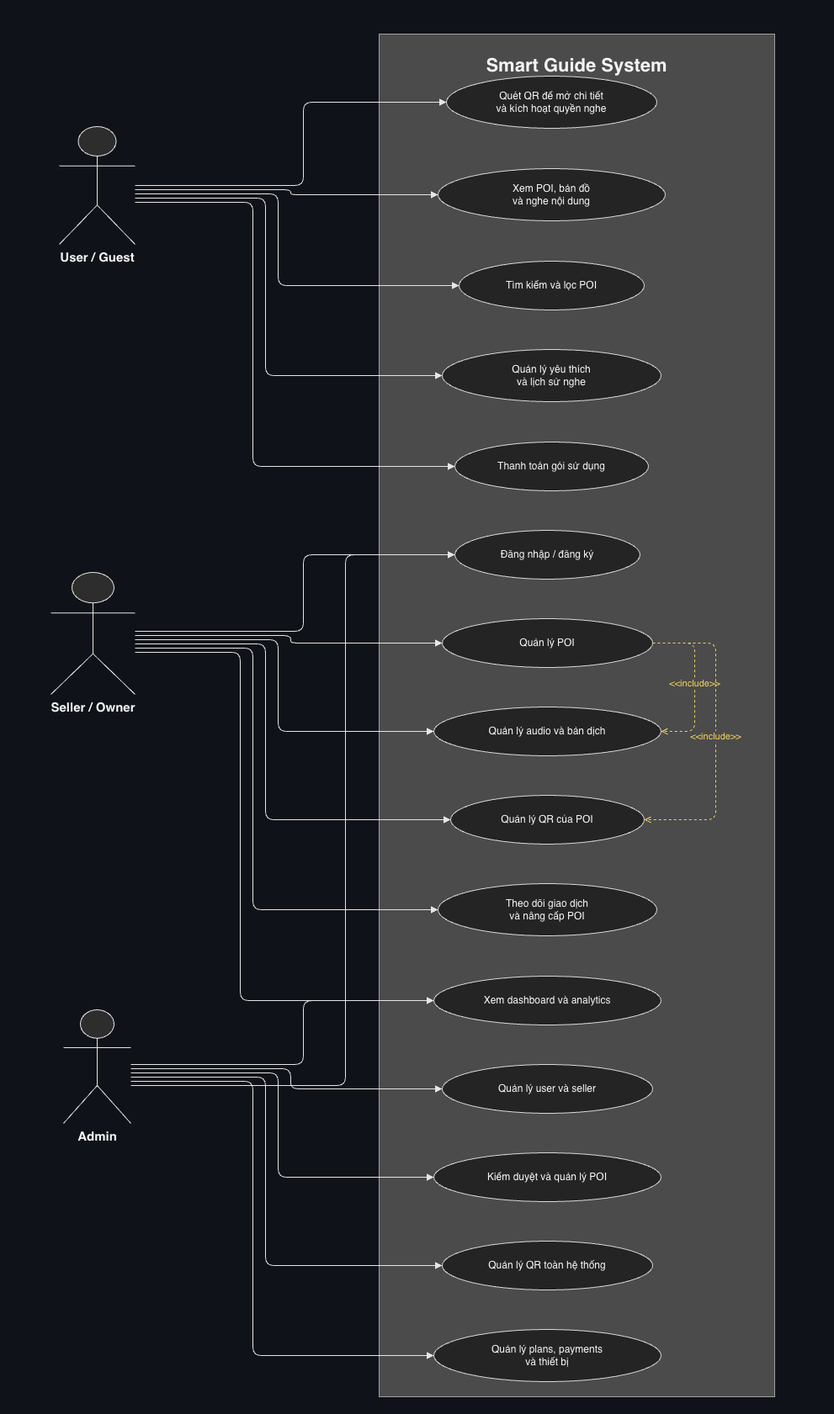
Above: docs/images/usecase-tong-quan-smart-guide.png in thaiquanghieu/smart-guide-system (draw.io), before the change. Source tidied: cells renumbered, new cells last; positions are measured from the earlier drawing's top-left corner, leaving out a move shared by most shapes.
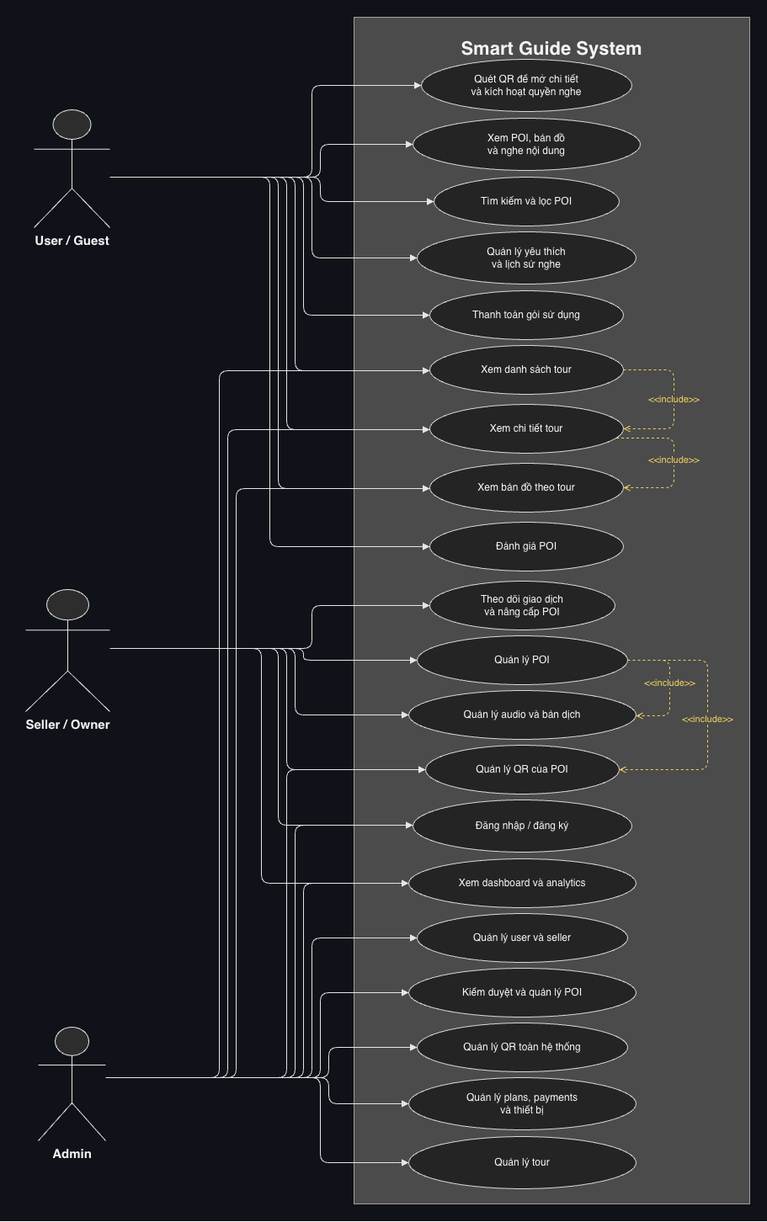
Above is the later version.

The edit, as a diff of the source:
```diff
@@ -5,6 +5,6 @@
     <mxCell id="2" style="rounded=0;whiteSpace=wrap;html=1;fillColor=#0F1218;strokeColor=#0F1218;" parent="1" vertex="1">
-      <mxGeometry width="990" height="1680" as="geometry" />
+      <mxGeometry x="30" y="20" width="910" height="1450" as="geometry" />
     </mxCell>
     <mxCell id="3" value="&lt;font style=&quot;font-size:22px;&quot;&gt;&lt;b&gt;Smart Guide System&lt;/b&gt;&lt;/font&gt;" style="rounded=0;whiteSpace=wrap;html=1;fillColor=#4B4B4B;strokeColor=#A0A0A0;fontColor=#F5F5F5;align=center;verticalAlign=top;spacingTop=18;" parent="1" vertex="1">
-      <mxGeometry x="450" y="40" width="470" height="1620" as="geometry" />
+      <mxGeometry x="450" y="40" width="470" height="1410" as="geometry" />
     </mxCell>
@@ -14,6 +14,6 @@
     <mxCell id="5" value="&lt;font style=&quot;font-size:15px;&quot;&gt;&lt;b&gt;Seller / Owner&lt;/b&gt;&lt;/font&gt;" style="shape=umlActor;verticalLabelPosition=bottom;verticalAlign=top;html=1;outlineConnect=0;fillColor=#2D2D2D;strokeColor=#E6E6E6;fontColor=#F5F5F5;" parent="1" vertex="1">
-      <mxGeometry x="60" y="680" width="100" height="145" as="geometry" />
+      <mxGeometry x="60" y="720" width="100" height="145" as="geometry" />
     </mxCell>
     <mxCell id="6" value="&lt;font style=&quot;font-size:15px;&quot;&gt;&lt;b&gt;Admin&lt;/b&gt;&lt;/font&gt;" style="shape=umlActor;verticalLabelPosition=bottom;verticalAlign=top;html=1;outlineConnect=0;fillColor=#2D2D2D;strokeColor=#E6E6E6;fontColor=#F5F5F5;" parent="1" vertex="1">
-      <mxGeometry x="75" y="1200" width="80" height="135" as="geometry" />
+      <mxGeometry x="75" y="1240" width="80" height="135" as="geometry" />
     </mxCell>
@@ -23,18 +23,18 @@
     <mxCell id="8" value="Xem POI, bản đồ&lt;br&gt;và nghe nội dung" style="ellipse;whiteSpace=wrap;html=1;fillColor=#242424;strokeColor=#D9D9D9;fontColor=#F5F5F5;align=center;verticalAlign=middle;" parent="1" vertex="1">
-      <mxGeometry x="520" y="200" width="270" height="62" as="geometry" />
+      <mxGeometry x="520" y="160" width="270" height="62" as="geometry" />
     </mxCell>
     <mxCell id="9" value="Tìm kiếm và lọc POI" style="ellipse;whiteSpace=wrap;html=1;fillColor=#242424;strokeColor=#D9D9D9;fontColor=#F5F5F5;align=center;verticalAlign=middle;" parent="1" vertex="1">
-      <mxGeometry x="545" y="310" width="220" height="58" as="geometry" />
+      <mxGeometry x="545" y="230" width="220" height="58" as="geometry" />
     </mxCell>
     <mxCell id="10" value="Quản lý yêu thích&lt;br&gt;và lịch sử nghe" style="ellipse;whiteSpace=wrap;html=1;fillColor=#242424;strokeColor=#D9D9D9;fontColor=#F5F5F5;align=center;verticalAlign=middle;" parent="1" vertex="1">
-      <mxGeometry x="525" y="415" width="260" height="62" as="geometry" />
+      <mxGeometry x="525" y="295" width="260" height="62" as="geometry" />
     </mxCell>
     <mxCell id="11" value="Thanh toán gói sử dụng" style="ellipse;whiteSpace=wrap;html=1;fillColor=#242424;strokeColor=#D9D9D9;fontColor=#F5F5F5;align=center;verticalAlign=middle;" parent="1" vertex="1">
-      <mxGeometry x="540" y="525" width="230" height="58" as="geometry" />
+      <mxGeometry x="540" y="365" width="230" height="58" as="geometry" />
     </mxCell>
-    <mxCell id="12" value="Đăng nhập / đăng ký" style="ellipse;whiteSpace=wrap;html=1;fillColor=#242424;strokeColor=#D9D9D9;fontColor=#F5F5F5;align=center;verticalAlign=middle;" parent="1" vertex="1">
-      <mxGeometry x="540" y="630" width="220" height="58" as="geometry" />
+    <mxCell id="12" value="Theo dõi giao dịch&lt;br&gt;và nâng cấp POI" style="ellipse;whiteSpace=wrap;html=1;fillColor=#242424;strokeColor=#D9D9D9;fontColor=#F5F5F5;align=center;verticalAlign=middle;" parent="1" vertex="1">
+      <mxGeometry x="540" y="710" width="220" height="58" as="geometry" />
     </mxCell>
     <mxCell id="13" value="Quản lý POI" style="ellipse;whiteSpace=wrap;html=1;fillColor=#242424;strokeColor=#D9D9D9;fontColor=#F5F5F5;align=center;verticalAlign=middle;" parent="1" vertex="1">
-      <mxGeometry x="525" y="735" width="250" height="58" as="geometry" />
+      <mxGeometry x="525" y="775" width="250" height="58" as="geometry" />
     </mxCell>
@@ -44,21 +44,21 @@
     <mxCell id="15" value="Quản lý QR của POI" style="ellipse;whiteSpace=wrap;html=1;fillColor=#242424;strokeColor=#D9D9D9;fontColor=#F5F5F5;align=center;verticalAlign=middle;" parent="1" vertex="1">
-      <mxGeometry x="535" y="945" width="230" height="58" as="geometry" />
+      <mxGeometry x="535" y="905" width="230" height="58" as="geometry" />
     </mxCell>
-    <mxCell id="16" value="Theo dõi giao dịch&lt;br&gt;và nâng cấp POI" style="ellipse;whiteSpace=wrap;html=1;fillColor=#242424;strokeColor=#D9D9D9;fontColor=#F5F5F5;align=center;verticalAlign=middle;" parent="1" vertex="1">
-      <mxGeometry x="520" y="1050" width="260" height="62" as="geometry" />
+    <mxCell id="16" value="Đăng nhập / đăng ký" style="ellipse;whiteSpace=wrap;html=1;fillColor=#242424;strokeColor=#D9D9D9;fontColor=#F5F5F5;align=center;verticalAlign=middle;" parent="1" vertex="1">
+      <mxGeometry x="520" y="970" width="260" height="62" as="geometry" />
     </mxCell>
     <mxCell id="17" value="Xem dashboard và analytics" style="ellipse;whiteSpace=wrap;html=1;fillColor=#242424;strokeColor=#D9D9D9;fontColor=#F5F5F5;align=center;verticalAlign=middle;" parent="1" vertex="1">
-      <mxGeometry x="515" y="1160" width="270" height="58" as="geometry" />
+      <mxGeometry x="515" y="1040" width="270" height="58" as="geometry" />
     </mxCell>
     <mxCell id="18" value="Quản lý user và seller" style="ellipse;whiteSpace=wrap;html=1;fillColor=#242424;strokeColor=#D9D9D9;fontColor=#F5F5F5;align=center;verticalAlign=middle;" parent="1" vertex="1">
-      <mxGeometry x="525" y="1265" width="250" height="58" as="geometry" />
+      <mxGeometry x="525" y="1105" width="250" height="58" as="geometry" />
     </mxCell>
     <mxCell id="19" value="Kiểm duyệt và quản lý POI" style="ellipse;whiteSpace=wrap;html=1;fillColor=#242424;strokeColor=#D9D9D9;fontColor=#F5F5F5;align=center;verticalAlign=middle;" parent="1" vertex="1">
-      <mxGeometry x="515" y="1370" width="270" height="58" as="geometry" />
+      <mxGeometry x="515" y="1170" width="270" height="58" as="geometry" />
     </mxCell>
     <mxCell id="20" value="Quản lý QR toàn hệ thống" style="ellipse;whiteSpace=wrap;html=1;fillColor=#242424;strokeColor=#D9D9D9;fontColor=#F5F5F5;align=center;verticalAlign=middle;" parent="1" vertex="1">
-      <mxGeometry x="525" y="1475" width="250" height="58" as="geometry" />
+      <mxGeometry x="525" y="1235" width="250" height="58" as="geometry" />
     </mxCell>
     <mxCell id="21" value="Quản lý plans, payments&lt;br&gt;và thiết bị" style="ellipse;whiteSpace=wrap;html=1;fillColor=#242424;strokeColor=#D9D9D9;fontColor=#F5F5F5;align=center;verticalAlign=middle;" parent="1" vertex="1">
-      <mxGeometry x="515" y="1580" width="270" height="62" as="geometry" />
+      <mxGeometry x="515" y="1300" width="270" height="62" as="geometry" />
     </mxCell>
@@ -67,3 +67,4 @@
         <Array as="points">
-          <mxPoint x="360" y="220" />
+          <mxPoint x="400" y="230" />
+          <mxPoint x="400" y="121" />
         </Array>
@@ -74,3 +75,4 @@
         <Array as="points">
-          <mxPoint x="345" y="225" />
+          <mxPoint x="410" y="230" />
+          <mxPoint x="410" y="191" />
         </Array>
@@ -81,3 +83,4 @@
         <Array as="points">
-          <mxPoint x="330" y="230" />
+          <mxPoint x="410" y="230" />
+          <mxPoint x="410" y="259" />
         </Array>
@@ -88,3 +91,4 @@
         <Array as="points">
-          <mxPoint x="315" y="235" />
+          <mxPoint x="400" y="230" />
+          <mxPoint x="400" y="326" />
         </Array>
@@ -95,3 +99,4 @@
         <Array as="points">
-          <mxPoint x="300" y="240" />
+          <mxPoint x="390" y="230" />
+          <mxPoint x="390" y="394" />
         </Array>
@@ -102,3 +107,4 @@
         <Array as="points">
-          <mxPoint x="360" y="750" />
+          <mxPoint x="400" y="790" />
+          <mxPoint x="400" y="739" />
         </Array>
@@ -109,3 +115,4 @@
         <Array as="points">
-          <mxPoint x="345" y="755" />
+          <mxPoint x="390" y="790" />
+          <mxPoint x="390" y="804" />
         </Array>
@@ -116,3 +123,4 @@
         <Array as="points">
-          <mxPoint x="330" y="760" />
+          <mxPoint x="380" y="790" />
+          <mxPoint x="380" y="869" />
         </Array>
@@ -123,3 +131,4 @@
         <Array as="points">
-          <mxPoint x="315" y="765" />
+          <mxPoint x="370" y="790" />
+          <mxPoint x="370" y="934" />
         </Array>
@@ -130,3 +139,4 @@
         <Array as="points">
-          <mxPoint x="300" y="770" />
+          <mxPoint x="360" y="790" />
+          <mxPoint x="360" y="1000" />
         </Array>
@@ -137,3 +147,4 @@
         <Array as="points">
-          <mxPoint x="285" y="775" />
+          <mxPoint x="340" y="790" />
+          <mxPoint x="340" y="1069" />
         </Array>
@@ -144,3 +155,4 @@
         <Array as="points">
-          <mxPoint x="360" y="1265" />
+          <mxPoint x="390" y="1300" />
+          <mxPoint x="390" y="1069" />
         </Array>
@@ -151,3 +163,4 @@
         <Array as="points">
-          <mxPoint x="345" y="1270" />
+          <mxPoint x="400" y="1300" />
+          <mxPoint x="400" y="1134" />
         </Array>
@@ -158,3 +171,4 @@
         <Array as="points">
-          <mxPoint x="330" y="1275" />
+          <mxPoint x="410" y="1300" />
+          <mxPoint x="410" y="1199" />
         </Array>
@@ -165,3 +179,4 @@
         <Array as="points">
-          <mxPoint x="315" y="1280" />
+          <mxPoint x="420" y="1300" />
+          <mxPoint x="420" y="1264" />
         </Array>
@@ -172,3 +187,4 @@
         <Array as="points">
-          <mxPoint x="300" y="1285" />
+          <mxPoint x="420" y="1300" />
+          <mxPoint x="420" y="1331" />
         </Array>
@@ -176,8 +192,7 @@
     </mxCell>
-    <mxCell id="38" style="edgeStyle=orthogonalEdgeStyle;rounded=1;jettySize=auto;html=1;strokeColor=#E6E6E6;endArrow=block;endFill=1;" parent="1" edge="1" source="6" target="12">
+    <mxCell id="38" style="edgeStyle=orthogonalEdgeStyle;rounded=1;jettySize=auto;html=1;strokeColor=#E6E6E6;endArrow=block;endFill=1;" parent="1" edge="1" source="6" target="16">
       <mxGeometry relative="1" as="geometry">
         <Array as="points">
-          <mxPoint x="280" y="1290" />
-          <mxPoint x="410" y="1290" />
-          <mxPoint x="410" y="659" />
+          <mxPoint x="380" y="1300" />
+          <mxPoint x="380" y="1000" />
         </Array>
@@ -188,4 +203,4 @@
         <Array as="points">
-          <mxPoint x="825" y="764" />
-          <mxPoint x="825" y="869" />
+          <mxPoint x="825" y="804" />
+          <mxPoint x="825" y="870" />
         </Array>
@@ -196,4 +211,4 @@
         <Array as="points">
-          <mxPoint x="850" y="764" />
-          <mxPoint x="850" y="974" />
+          <mxPoint x="870" y="804" />
+          <mxPoint x="870" y="934" />
         </Array>
@@ -201,2 +216,107 @@
     </mxCell>
+    <mxCell id="41" value="Xem danh sách tour" style="ellipse;whiteSpace=wrap;html=1;fillColor=#242424;strokeColor=#D9D9D9;fontColor=#F5F5F5;align=center;verticalAlign=middle;" parent="1" vertex="1">
+      <mxGeometry x="540" y="430" width="230" height="58" as="geometry" />
+    </mxCell>
+    <mxCell id="42" style="edgeStyle=orthogonalEdgeStyle;rounded=1;jettySize=auto;html=1;strokeColor=#E6E6E6;endArrow=block;endFill=1;" parent="1" edge="1" source="4" target="41">
+      <mxGeometry relative="1" as="geometry">
+        <Array as="points">
+          <mxPoint x="380" y="230" />
+          <mxPoint x="380" y="460" />
+        </Array>
+      </mxGeometry>
+    </mxCell>
+    <mxCell id="43" value="Xem chi tiết tour" style="ellipse;whiteSpace=wrap;html=1;fillColor=#242424;strokeColor=#D9D9D9;fontColor=#F5F5F5;align=center;verticalAlign=middle;" parent="1" vertex="1">
+      <mxGeometry x="540" y="500" width="230" height="58" as="geometry" />
+    </mxCell>
+    <mxCell id="44" value="Xem bản đồ theo tour" style="ellipse;whiteSpace=wrap;html=1;fillColor=#242424;strokeColor=#D9D9D9;fontColor=#F5F5F5;align=center;verticalAlign=middle;" parent="1" vertex="1">
+      <mxGeometry x="540" y="570" width="230" height="58" as="geometry" />
+    </mxCell>
+    <mxCell id="45" value="Đánh giá POI" style="ellipse;whiteSpace=wrap;html=1;fillColor=#242424;strokeColor=#D9D9D9;fontColor=#F5F5F5;align=center;verticalAlign=middle;" parent="1" vertex="1">
+      <mxGeometry x="540" y="640" width="230" height="58" as="geometry" />
+    </mxCell>
+    <mxCell id="46" style="edgeStyle=orthogonalEdgeStyle;rounded=1;jettySize=auto;html=1;strokeColor=#E6E6E6;endArrow=block;endFill=1;" parent="1" edge="1" source="4" target="43">
+      <mxGeometry relative="1" as="geometry">
+        <Array as="points">
+          <mxPoint x="370" y="230" />
+          <mxPoint x="370" y="530" />
+        </Array>
+      </mxGeometry>
+    </mxCell>
+    <mxCell id="47" style="edgeStyle=orthogonalEdgeStyle;rounded=1;jettySize=auto;html=1;strokeColor=#E6E6E6;endArrow=block;endFill=1;" parent="1" edge="1" source="4" target="44">
+      <mxGeometry relative="1" as="geometry">
+        <Array as="points">
+          <mxPoint x="360" y="230" />
+          <mxPoint x="360" y="600" />
+        </Array>
+      </mxGeometry>
+    </mxCell>
+    <mxCell id="48" style="edgeStyle=orthogonalEdgeStyle;rounded=1;jettySize=auto;html=1;strokeColor=#E6E6E6;endArrow=block;endFill=1;" parent="1" edge="1" source="4" target="45">
+      <mxGeometry relative="1" as="geometry">
+        <Array as="points">
+          <mxPoint x="350" y="230" />
+          <mxPoint x="350" y="669" />
+        </Array>
+      </mxGeometry>
+    </mxCell>
+    <mxCell id="49" value="Quản lý tour" style="ellipse;whiteSpace=wrap;html=1;fillColor=#242424;strokeColor=#D9D9D9;fontColor=#F5F5F5;align=center;verticalAlign=middle;" parent="1" vertex="1">
+      <mxGeometry x="515" y="1370" width="270" height="62" as="geometry" />
+    </mxCell>
+    <mxCell id="50" style="edgeStyle=orthogonalEdgeStyle;rounded=1;jettySize=auto;html=1;strokeColor=#E6E6E6;endArrow=block;endFill=1;curved=0;" parent="1" edge="1" source="6" target="49">
+      <mxGeometry relative="1" as="geometry">
+        <Array as="points">
+          <mxPoint x="410" y="1300" />
+          <mxPoint x="410" y="1401" />
+        </Array>
+      </mxGeometry>
+    </mxCell>
+    <mxCell id="51" value="&amp;lt;&amp;lt;include&amp;gt;&amp;gt;" style="edgeStyle=orthogonalEdgeStyle;rounded=1;jettySize=auto;html=1;strokeColor=#F4D35E;dashed=1;endArrow=open;endFill=0;fontColor=#F4D35E;labelBackgroundColor=#4B4B4B;" parent="1" edge="1" source="41" target="43">
+      <mxGeometry relative="1" as="geometry">
+        <Array as="points">
+          <mxPoint x="830" y="459" />
+          <mxPoint x="830" y="529" />
+        </Array>
+      </mxGeometry>
+    </mxCell>
+    <mxCell id="52" value="&amp;lt;&amp;lt;include&amp;gt;&amp;gt;" style="edgeStyle=orthogonalEdgeStyle;rounded=1;jettySize=auto;html=1;strokeColor=#F4D35E;dashed=1;endArrow=open;endFill=0;fontColor=#F4D35E;labelBackgroundColor=#4B4B4B;" parent="1" edge="1">
+      <mxGeometry relative="1" as="geometry">
+        <mxPoint x="761.4" y="540" as="sourcePoint" />
+        <mxPoint x="770" y="599" as="targetPoint" />
+        <Array as="points">
+          <mxPoint x="830" y="540" />
+          <mxPoint x="830" y="599" />
+        </Array>
+      </mxGeometry>
+    </mxCell>
+    <mxCell id="53" style="edgeStyle=orthogonalEdgeStyle;rounded=1;jettySize=auto;html=1;strokeColor=#E6E6E6;endArrow=block;endFill=1;" parent="1" edge="1" source="6" target="41">
+      <mxGeometry relative="1" as="geometry">
+        <Array as="points">
+          <mxPoint x="290" y="1300" />
+          <mxPoint x="290" y="460" />
+        </Array>
+      </mxGeometry>
+    </mxCell>
+    <mxCell id="54" style="edgeStyle=orthogonalEdgeStyle;rounded=1;jettySize=auto;html=1;strokeColor=#E6E6E6;endArrow=block;endFill=1;" parent="1" edge="1" source="6" target="43">
+      <mxGeometry relative="1" as="geometry">
+        <Array as="points">
+          <mxPoint x="300" y="1300" />
+          <mxPoint x="300" y="530" />
+        </Array>
+      </mxGeometry>
+    </mxCell>
+    <mxCell id="55" style="edgeStyle=orthogonalEdgeStyle;rounded=1;jettySize=auto;html=1;strokeColor=#E6E6E6;endArrow=block;endFill=1;" parent="1" edge="1" source="6" target="44">
+      <mxGeometry relative="1" as="geometry">
+        <Array as="points">
+          <mxPoint x="310" y="1300" />
+          <mxPoint x="310" y="600" />
+        </Array>
+      </mxGeometry>
+    </mxCell>
+    <mxCell id="56" style="edgeStyle=orthogonalEdgeStyle;rounded=1;jettySize=auto;html=1;strokeColor=#E6E6E6;endArrow=block;endFill=1;" parent="1" edge="1" source="6" target="15">
+      <mxGeometry relative="1" as="geometry">
+        <Array as="points">
+          <mxPoint x="370" y="1300" />
+          <mxPoint x="370" y="934" />
+        </Array>
+      </mxGeometry>
+    </mxCell>
   </root>
```
